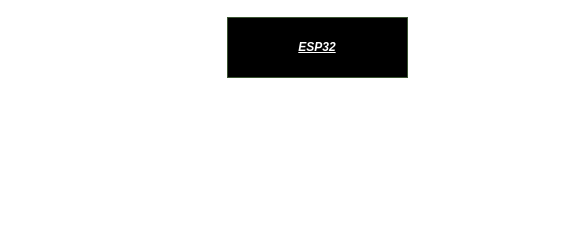
Earlier version of the draw.io diagram ROUGHCIRCUITDIAGRAM.drawio (CreatorDiv1312/Strawberry). Source tidied: cells renumbered, new cells numbered last; positions are measured from the earlier drawing's top-left corner, leaving out a move shared by most shapes. Both pictures are drawn from the tidied source at 100%, with x=0, y=0 at pixel (227, 17).
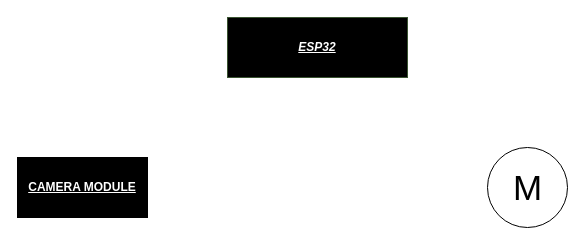
The same page after the edit.

What changed in the source:
```diff
@@
 <mxGraphModel>
   <root>
     <mxCell id="0" />
     <mxCell id="1" parent="0" />
     <mxCell id="2" value="ESP32" style="rounded=0;whiteSpace=wrap;html=1;fillColor=#000000;strokeColor=#3A5431;fontColor=#ffffff;fontStyle=7;" parent="1" vertex="1">
       <mxGeometry width="180" height="60" as="geometry" />
     </mxCell>
+    <mxCell id="3" value="CAMERA MODULE" style="rounded=0;whiteSpace=wrap;html=1;fillColor=#000000;fontStyle=5;fontFamily=Helvetica;textShadow=1;fontColor=#FFFFFF;" parent="1" vertex="1">
+      <mxGeometry x="-210" y="140" width="130" height="60" as="geometry" />
+    </mxCell>
+    <mxCell id="4" value="M" style="verticalLabelPosition=middle;shadow=0;dashed=0;align=center;html=1;verticalAlign=middle;strokeWidth=1;shape=ellipse;fontSize=35;" parent="1" vertex="1">
+      <mxGeometry x="260" y="130" width="80" height="80" as="geometry" />
+    </mxCell>
   </root>
 </mxGraphModel>
```
